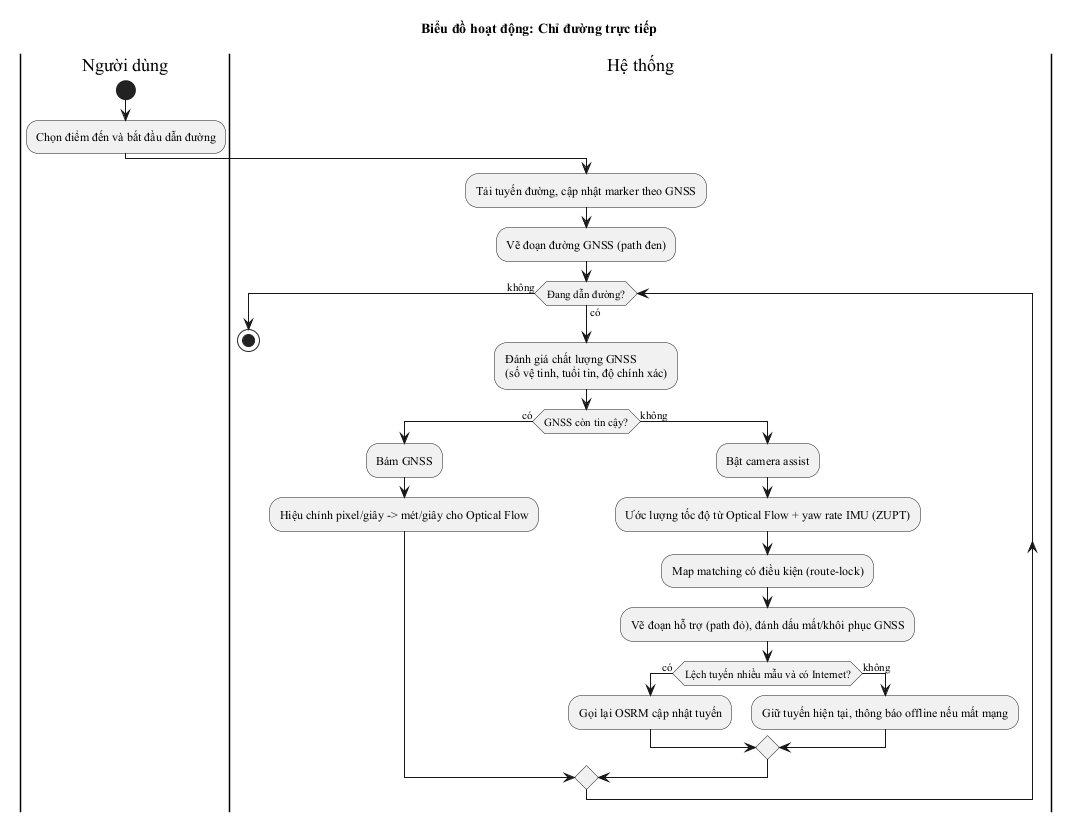
Above: figures/activity_chi_duong_truc_tiep.png in thanhmobile080604/My-Thesis-Latex (PlantUML), before the change.
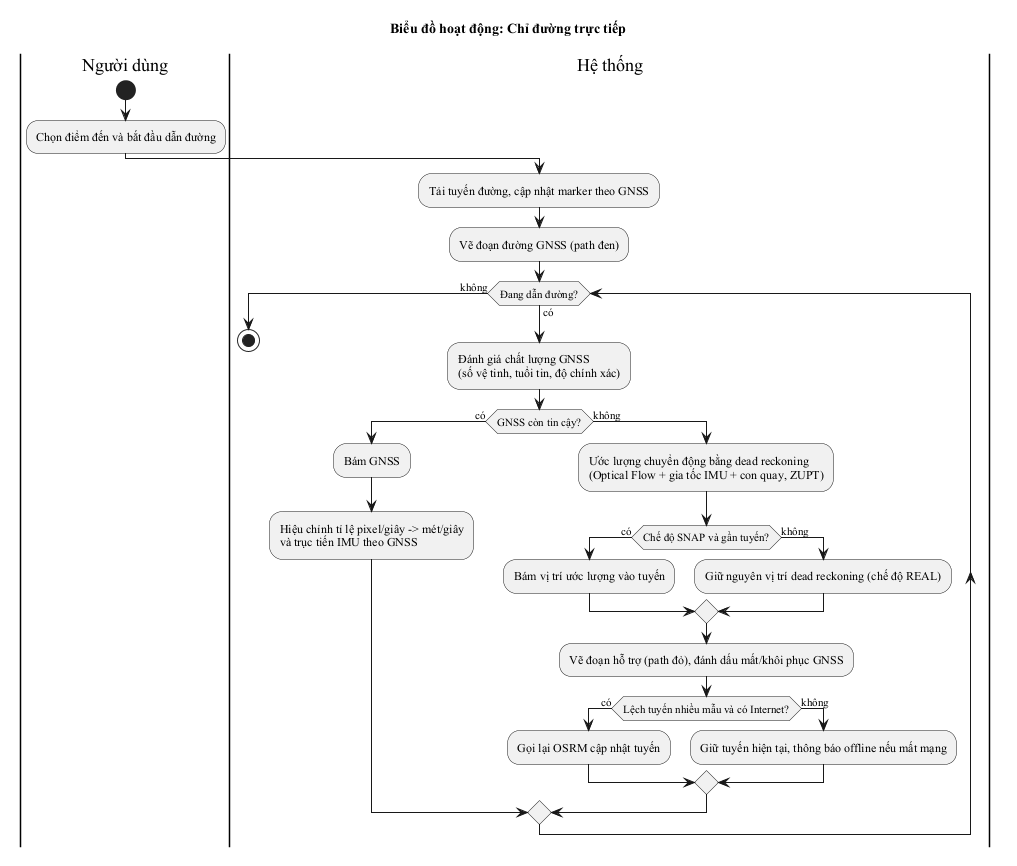
Above is the later version.

Change to the diagram source:
```diff
@@ -12,11 +12,14 @@
   :Đánh giá chất lượng GNSS\n(số vệ tinh, tuổi tin, độ chính xác);
   if (GNSS còn tin cậy?) then (có)
     :Bám GNSS;
-    :Hiệu chỉnh pixel/giây -> mét/giây cho Optical Flow;
+    :Hiệu chỉnh tỉ lệ pixel/giây -> mét/giây\nvà trục tiến IMU theo GNSS;
   else (không)
-    :Bật camera assist;
-    :Ước lượng tốc độ từ Optical Flow + yaw rate IMU (ZUPT);
-    :Map matching có điều kiện (route-lock);
+    :Ước lượng chuyển động bằng dead reckoning\n(Optical Flow + gia tốc IMU + con quay, ZUPT);
+    if (Chế độ SNAP và gần tuyến?) then (có)
+      :Bám vị trí ước lượng vào tuyến;
+    else (không)
+      :Giữ nguyên vị trí dead reckoning (chế độ REAL);
+    endif
     :Vẽ đoạn hỗ trợ (path đỏ), đánh dấu mất/khôi phục GNSS;
     if (Lệch tuyến nhiều mẫu và có Internet?) then (có)
       :Gọi lại OSRM cập nhật tuyến;
```
